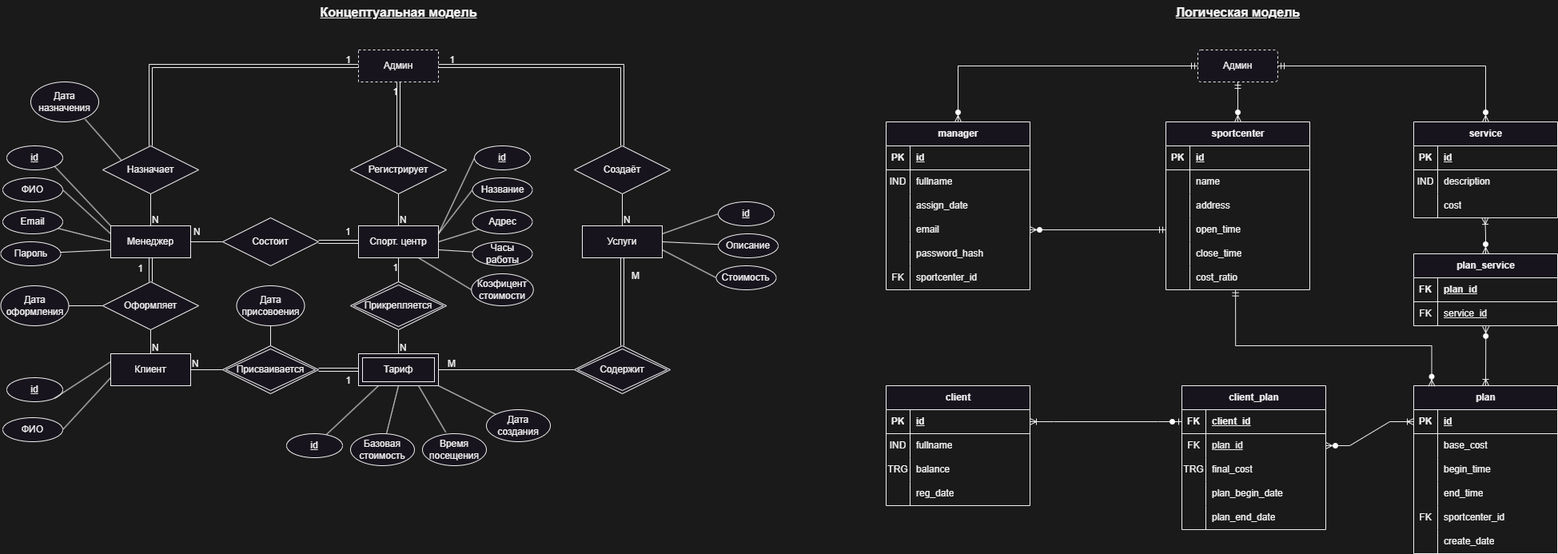
Above: docs/FitnessClientPanel.png in shonqwezon/FitnessClientPanel (draw.io), before the change. Source tidied: cells renumbered, new cells last; positions are measured from the earlier drawing's top-left corner, leaving out a move shared by most shapes.
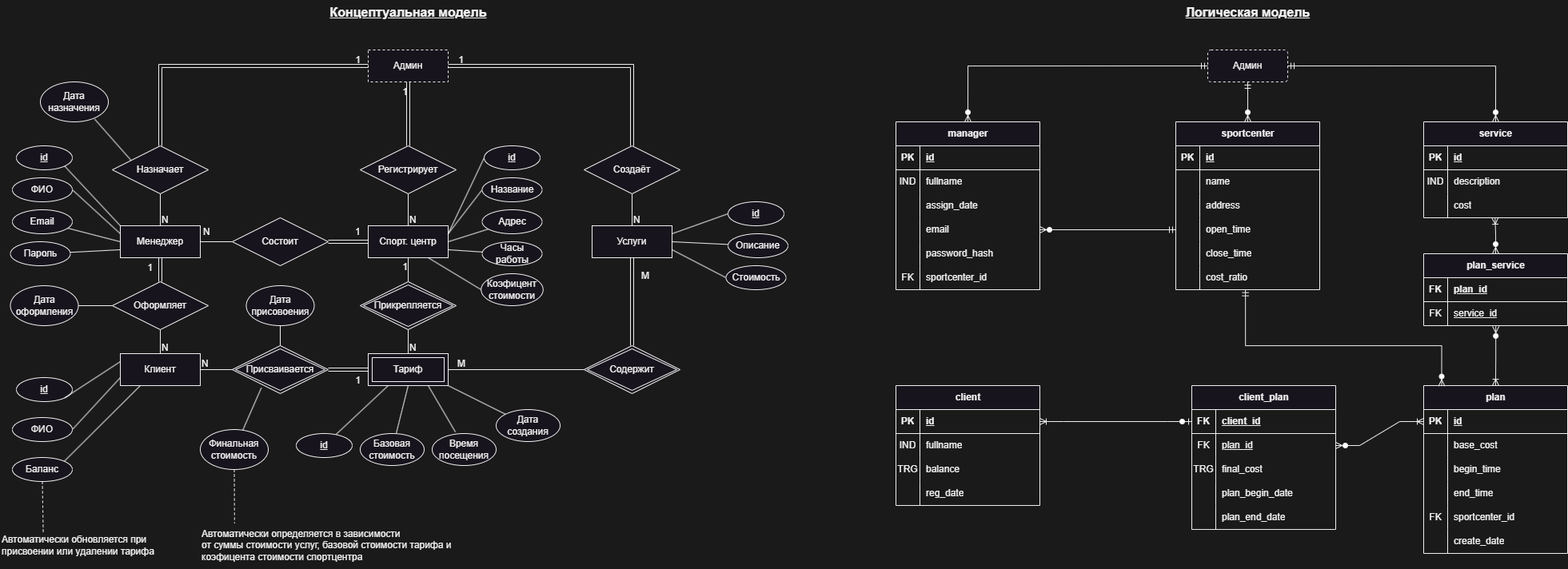
The same file after the commit.

Change to the diagram source:
```diff
@@ -644,5 +644,29 @@
     <mxCell id="204" value="Пароль" style="ellipse;whiteSpace=wrap;html=1;align=center;" parent="1" vertex="1">
       <mxGeometry x="0.5" y="302" width="75" height="30" as="geometry" />
     </mxCell>
+    <mxCell id="205" style="rounded=0;hachureGap=4;jettySize=auto;html=1;exitX=1;exitY=0;exitDx=0;exitDy=0;entryX=0.25;entryY=1;entryDx=0;entryDy=0;fontFamily=Architects Daughter;fontSource=https%3A%2F%2Ffonts.googleapis.com%2Fcss%3Ffamily%3DArchitects%2BDaughter;endArrow=none;endFill=0;" parent="1" edge="1" source="207" target="36">
+      <mxGeometry relative="1" as="geometry" />
+    </mxCell>
+    <mxCell id="206" style="rounded=0;jettySize=auto;html=1;startArrow=none;startFill=0;endArrow=none;endFill=0;dashed=1;entryX=0.255;entryY=0.08;entryDx=0;entryDy=0;entryPerimeter=0;" parent="1" edge="1" source="207" target="208">
+      <mxGeometry relative="1" as="geometry" />
+    </mxCell>
+    <mxCell id="207" value="Баланс" style="ellipse;whiteSpace=wrap;html=1;align=center;" parent="1" vertex="1">
+      <mxGeometry x="3" y="572" width="75" height="30" as="geometry" />
+    </mxCell>
+    <mxCell id="208" value="Автоматически обновляется при&lt;br&gt;присвоении или удалении тарифа" style="text;html=1;align=left;verticalAlign=middle;points=[];strokeColor=none;fillColor=none;" parent="1" vertex="1">
+      <mxGeometry x="-12" y="662" width="210" height="40" as="geometry" />
+    </mxCell>
+    <mxCell id="209" value="Финальная&lt;br&gt;стоимость" style="ellipse;whiteSpace=wrap;html=1;align=center;" parent="1" vertex="1">
+      <mxGeometry x="238" y="537" width="85" height="50" as="geometry" />
+    </mxCell>
+    <mxCell id="210" style="rounded=0;jettySize=auto;html=1;entryX=0.303;entryY=0.88;entryDx=0;entryDy=0;entryPerimeter=0;endArrow=none;endFill=0;" parent="1" edge="1" source="209" target="42">
+      <mxGeometry relative="1" as="geometry" />
+    </mxCell>
+    <mxCell id="211" value="Автоматически определяется в зависимости&lt;br&gt;от суммы стоимости услуг, базовой стоимости тарифа и&lt;br&gt;коэфицента стоимости спортцентра" style="text;html=1;align=left;verticalAlign=middle;points=[];strokeColor=none;fillColor=none;" parent="1" vertex="1">
+      <mxGeometry x="238" y="652" width="340" height="60" as="geometry" />
+    </mxCell>
+    <mxCell id="212" style="rounded=0;jettySize=auto;html=1;entryX=0.126;entryY=0.04;entryDx=0;entryDy=0;entryPerimeter=0;endArrow=none;endFill=0;dashed=1;" parent="1" edge="1" source="209" target="211">
+      <mxGeometry relative="1" as="geometry" />
+    </mxCell>
   </root>
 </mxGraphModel>
```
